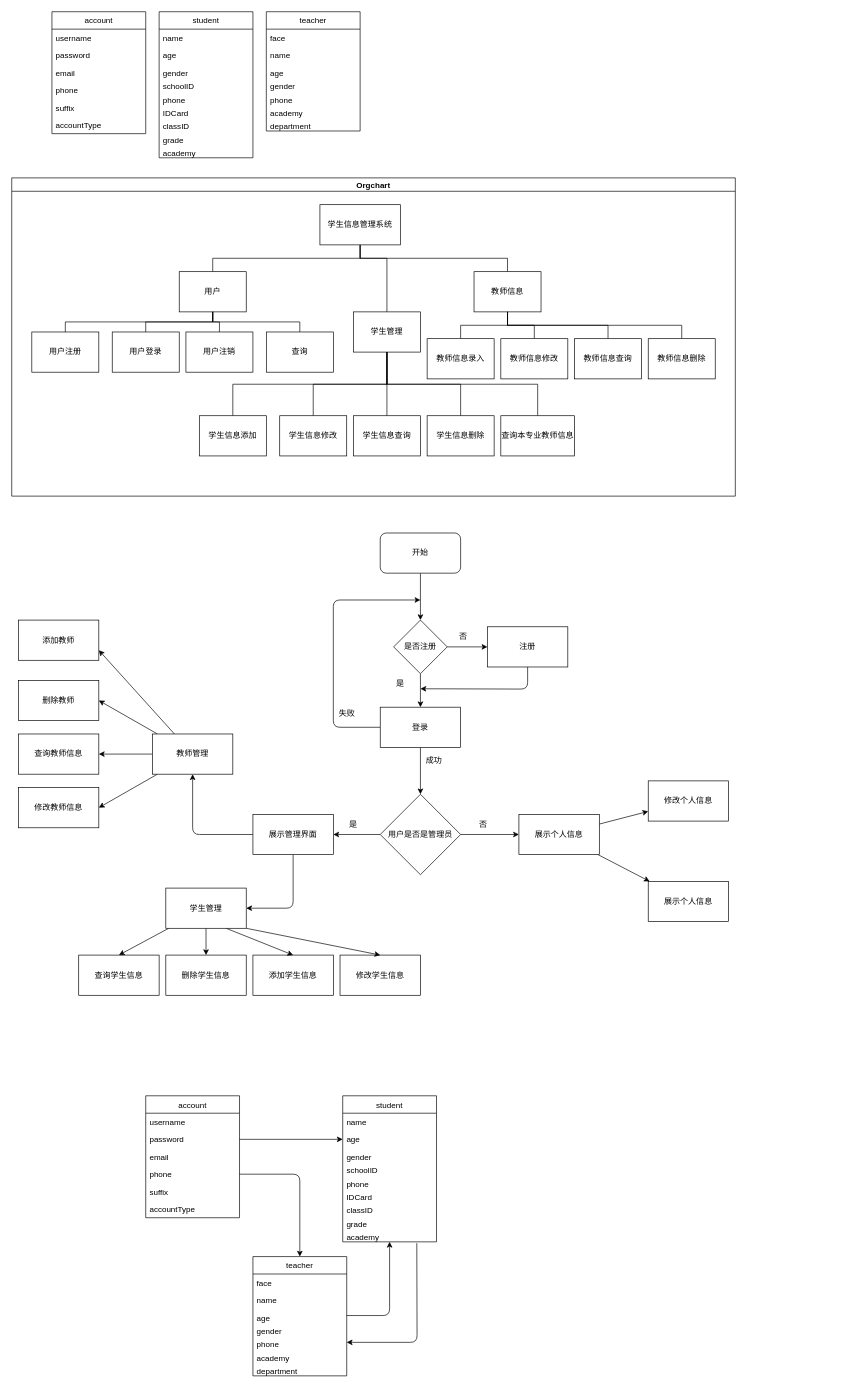
Above: docs/struct.drawio in jingyuexing/StudentManagermentSystem-server (draw.io), before the change. Source tidied: cells renumbered, new cells numbered last; positions are measured from the earlier drawing's top-left corner, leaving out a move shared by most shapes. Both pictures are drawn from the tidied source at 67%, with x=0, y=0 at pixel (11, 11).
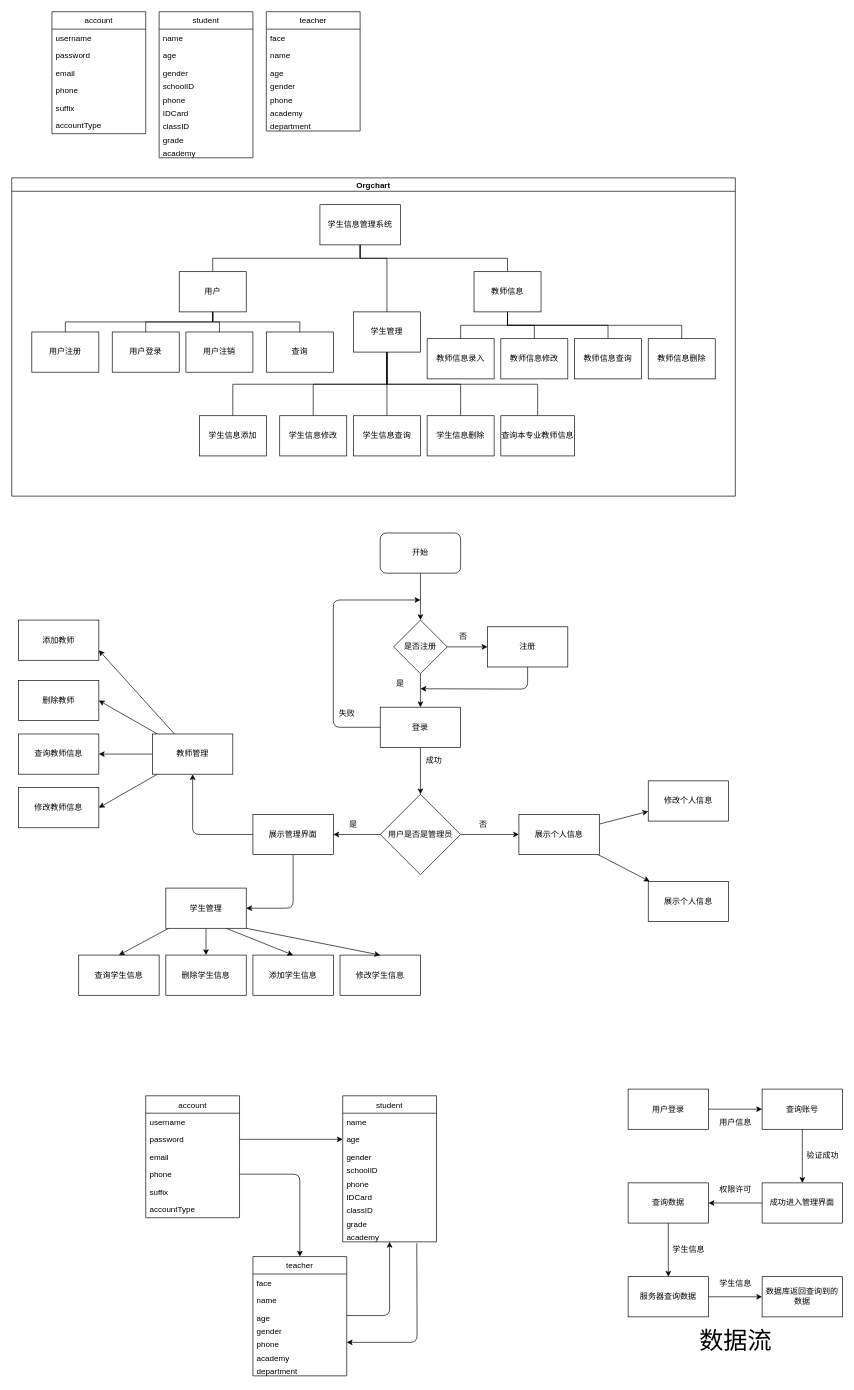
After the change.

Commit message (it also covers changes not shown here):
Add: add bages update: update struct graph

Change to the diagram source:
```diff
@@
+    <mxCell id="138" style="edgeStyle=none;html=1;" parent="1" edge="1" source="139" target="141">
+      <mxGeometry relative="1" as="geometry" />
+    </mxCell>
+    <mxCell id="139" value="用户登录" style="rounded=0;whiteSpace=wrap;html=1;" parent="1" vertex="1">
+      <mxGeometry x="920" y="1608" width="120" height="60" as="geometry" />
+    </mxCell>
+    <mxCell id="140" style="edgeStyle=none;html=1;" parent="1" edge="1" source="141" target="143">
+      <mxGeometry relative="1" as="geometry" />
+    </mxCell>
+    <mxCell id="141" value="查询账号" style="whiteSpace=wrap;html=1;rounded=0;" parent="1" vertex="1">
+      <mxGeometry x="1120" y="1608" width="120" height="60" as="geometry" />
+    </mxCell>
+    <mxCell id="142" style="edgeStyle=none;html=1;" parent="1" edge="1" source="143" target="146">
+      <mxGeometry relative="1" as="geometry" />
+    </mxCell>
+    <mxCell id="143" value="成功进入管理界面" style="whiteSpace=wrap;html=1;rounded=0;" parent="1" vertex="1">
+      <mxGeometry x="1120" y="1748" width="120" height="60" as="geometry" />
+    </mxCell>
+    <mxCell id="144" value="用户信息" style="text;html=1;align=center;verticalAlign=middle;strokeColor=none;fillColor=none;" parent="1" vertex="1">
+      <mxGeometry x="1050" y="1648" width="60" height="20" as="geometry" />
+    </mxCell>
+    <mxCell id="145" style="edgeStyle=none;html=1;" parent="1" edge="1" source="146" target="148">
+      <mxGeometry relative="1" as="geometry" />
+    </mxCell>
+    <mxCell id="146" value="查询数据" style="whiteSpace=wrap;html=1;rounded=0;" parent="1" vertex="1">
+      <mxGeometry x="920" y="1748" width="120" height="60" as="geometry" />
+    </mxCell>
+    <mxCell id="147" style="edgeStyle=none;html=1;" parent="1" edge="1" source="148" target="149">
+      <mxGeometry relative="1" as="geometry" />
+    </mxCell>
+    <mxCell id="148" value="服务器查询数据" style="whiteSpace=wrap;html=1;rounded=0;" parent="1" vertex="1">
+      <mxGeometry x="920" y="1888" width="120" height="60" as="geometry" />
+    </mxCell>
+    <mxCell id="149" value="数据库返回查询到的数据" style="whiteSpace=wrap;html=1;rounded=0;" parent="1" vertex="1">
+      <mxGeometry x="1120" y="1888" width="120" height="60" as="geometry" />
+    </mxCell>
+    <mxCell id="150" value="学生信息" style="text;html=1;align=center;verticalAlign=middle;strokeColor=none;fillColor=none;" parent="1" vertex="1">
+      <mxGeometry x="980" y="1838" width="60" height="20" as="geometry" />
+    </mxCell>
+    <mxCell id="151" value="验证成功" style="text;html=1;align=center;verticalAlign=middle;strokeColor=none;fillColor=none;" parent="1" vertex="1">
+      <mxGeometry x="1180" y="1698" width="60" height="20" as="geometry" />
+    </mxCell>
+    <mxCell id="152" value="学生信息" style="text;html=1;align=center;verticalAlign=middle;strokeColor=none;fillColor=none;" parent="1" vertex="1">
+      <mxGeometry x="1050" y="1888" width="60" height="20" as="geometry" />
+    </mxCell>
+    <mxCell id="153" value="权限许可" style="text;html=1;align=center;verticalAlign=middle;strokeColor=none;fillColor=none;" parent="1" vertex="1">
+      <mxGeometry x="1050" y="1748" width="60" height="20" as="geometry" />
+    </mxCell>
+    <mxCell id="154" value="&lt;font style=&quot;font-size: 36px&quot;&gt;数据流&lt;/font&gt;" style="text;html=1;align=center;verticalAlign=middle;strokeColor=none;fillColor=none;" parent="1" vertex="1">
+      <mxGeometry x="1020" y="1968" width="120" height="30" as="geometry" />
+    </mxCell>
```
